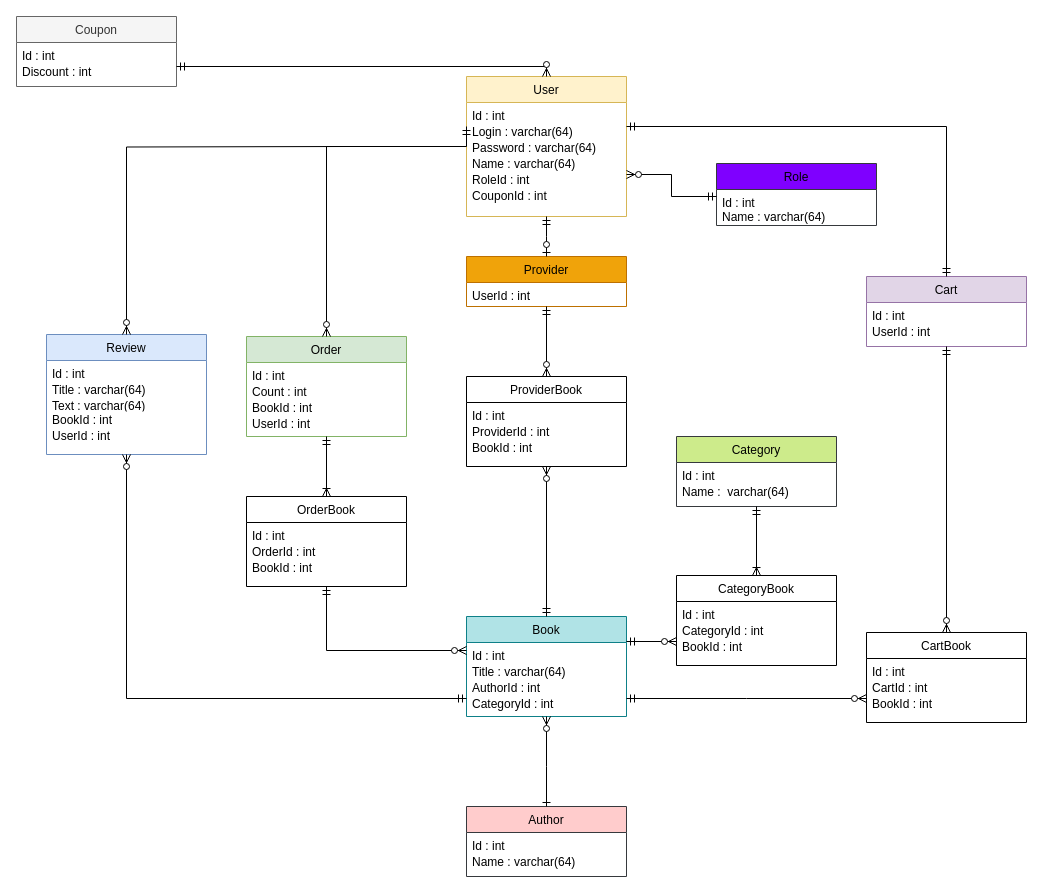
Above: doc/bdDiagram_subtables.drawio in Pavelabramovich/sem_5_databases (draw.io), before the change. Source tidied: cells renumbered, new cells numbered last; positions are measured from the earlier drawing's top-left corner, leaving out a move shared by most shapes. Both pictures are drawn from the tidied source at 100%, with x=0, y=0 at pixel (16, 16).
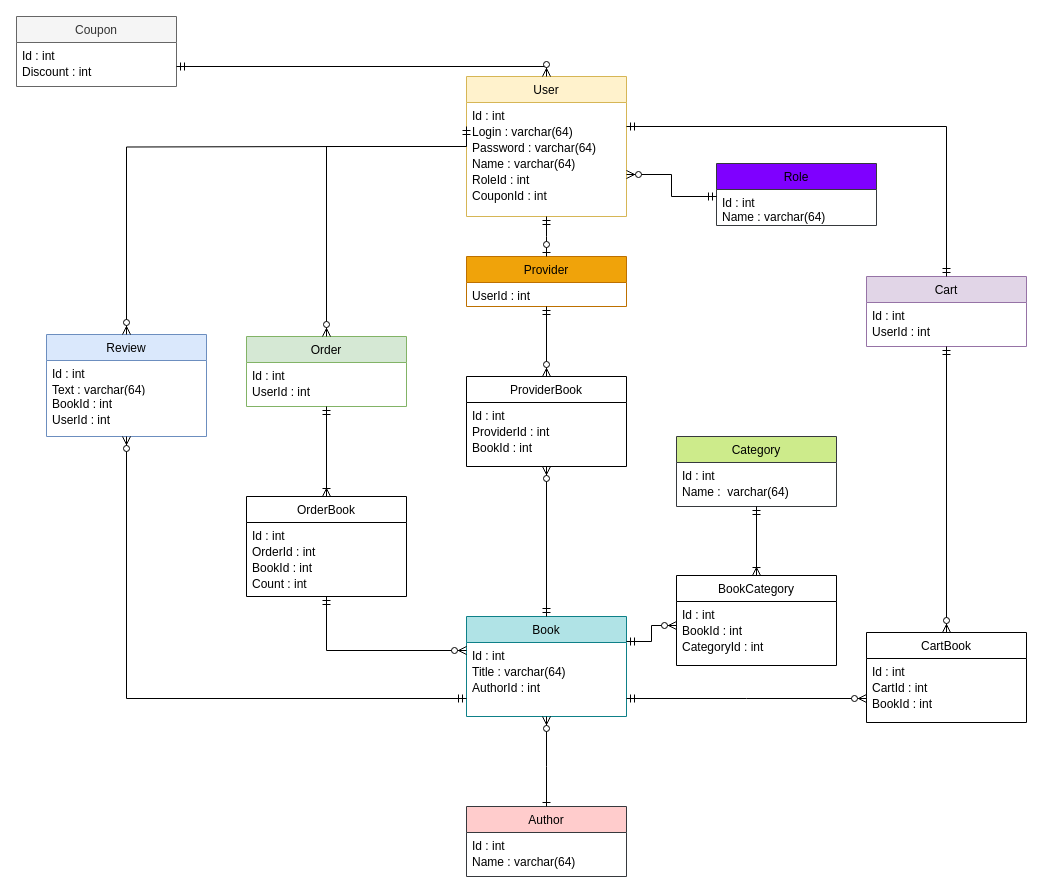
The same diagram, later.

The change refers to these unchanged cells:
```xml
<mxCell id="25" value="Book" style="swimlane;fontStyle=0;align=center;verticalAlign=top;horizontal=1;startSize=26;rounded=0;shadow=0;strokeWidth=1;fillColor=#b0e3e6;strokeColor=#0e8088;" parent="1" vertex="1">
  <mxGeometry x="450" y="600" width="160" height="100" as="geometry" />
</mxCell>
<mxCell id="66" value="BookId : int" style="text;align=left;verticalAlign=top;spacingLeft=4;spacingRight=4;overflow=hidden;points=[[0,0.5],[1,0.5]];portConstraint=eastwest;rounded=0;shadow=0;html=0;" parent="63" vertex="1">
  <mxGeometry y="58" width="160" height="16" as="geometry" />
</mxCell>
```

The edit, as a diff of the source:
```diff
@@
     <mxCell id="9" value="Review" style="swimlane;fontStyle=0;align=center;verticalAlign=top;horizontal=1;startSize=26;rounded=0;shadow=0;strokeWidth=1;fillColor=#dae8fc;strokeColor=#6c8ebf;" parent="1" vertex="1">
-      <mxGeometry x="30" y="318" width="160" height="120" as="geometry" />
+      <mxGeometry x="30" y="318" width="160" height="102" as="geometry" />
     </mxCell>
@@
-    <mxCell id="11" value="Title : varchar(64)" style="text;align=left;verticalAlign=top;spacingLeft=4;spacingRight=4;overflow=hidden;rounded=0;shadow=0;html=0;" parent="9" vertex="1">
-      <mxGeometry y="42" width="160" height="16" as="geometry" />
-    </mxCell>
     <mxCell id="12" value="Text : varchar(64)" style="text;align=left;verticalAlign=top;spacingLeft=4;spacingRight=4;overflow=hidden;rounded=0;shadow=0;html=0;" parent="9" vertex="1">
-      <mxGeometry y="58" width="160" height="14" as="geometry" />
+      <mxGeometry y="42" width="160" height="14" as="geometry" />
     </mxCell>
     <mxCell id="13" value="BookId : int" style="text;align=left;verticalAlign=top;spacingLeft=4;spacingRight=4;overflow=hidden;rounded=0;shadow=0;html=0;" parent="9" vertex="1">
-      <mxGeometry y="72" width="160" height="16" as="geometry" />
+      <mxGeometry y="56" width="160" height="16" as="geometry" />
     </mxCell>
     <mxCell id="14" value="UserId : int" style="text;align=left;verticalAlign=top;spacingLeft=4;spacingRight=4;overflow=hidden;rounded=0;shadow=0;html=0;" parent="9" vertex="1">
-      <mxGeometry y="88" width="160" height="20" as="geometry" />
+      <mxGeometry y="72" width="160" height="20" as="geometry" />
     </mxCell>
     <mxCell id="15" value="Order" style="swimlane;fontStyle=0;align=center;verticalAlign=top;horizontal=1;startSize=26;rounded=0;shadow=0;strokeWidth=1;fillColor=#d5e8d4;strokeColor=#82b366;" parent="1" vertex="1">
-      <mxGeometry x="230" y="320" width="160" height="100" as="geometry" />
+      <mxGeometry x="230" y="320" width="160" height="70" as="geometry" />
     </mxCell>
@@
-    <mxCell id="17" value="Count : int" style="text;align=left;verticalAlign=top;spacingLeft=4;spacingRight=4;overflow=hidden;rounded=0;shadow=0;html=0;" parent="15" vertex="1">
-      <mxGeometry y="42" width="160" height="16" as="geometry" />
-    </mxCell>
-    <mxCell id="18" value="BookId : int" style="text;align=left;verticalAlign=top;spacingLeft=4;spacingRight=4;overflow=hidden;rounded=0;shadow=0;html=0;" parent="15" vertex="1">
-      <mxGeometry y="58" width="160" height="16" as="geometry" />
-    </mxCell>
     <mxCell id="19" value="UserId : int" style="text;align=left;verticalAlign=top;spacingLeft=4;spacingRight=4;overflow=hidden;rounded=0;shadow=0;html=0;" parent="15" vertex="1">
-      <mxGeometry y="74" width="160" height="20" as="geometry" />
+      <mxGeometry y="42" width="160" height="20" as="geometry" />
     </mxCell>
@@
-    <mxCell id="29" value="CategoryId : int" style="text;align=left;verticalAlign=top;spacingLeft=4;spacingRight=4;overflow=hidden;points=[[0,0.5],[1,0.5]];portConstraint=eastwest;rounded=0;shadow=0;html=0;" parent="25" vertex="1">
-      <mxGeometry y="74" width="160" height="16" as="geometry" />
-    </mxCell>
@@
-    <mxCell id="38" style="edgeStyle=orthogonalEdgeStyle;fontSize=12;html=1;endArrow=ERzeroToMany;startArrow=ERmandOne;rounded=0;entryX=0.5;entryY=1;entryDx=0;entryDy=0;exitX=0;exitY=0.5;exitDx=0;exitDy=0;" parent="1" edge="1" source="29" target="9">
+    <mxCell id="38" style="edgeStyle=orthogonalEdgeStyle;fontSize=12;html=1;endArrow=ERzeroToMany;startArrow=ERmandOne;rounded=0;entryX=0.5;entryY=1;entryDx=0;entryDy=0;exitX=0;exitY=0.5;exitDx=0;exitDy=0;" parent="1" edge="1" target="9">
       <mxGeometry relative="1" as="geometry">
+        <mxPoint x="450" y="682" as="sourcePoint" />
         <Array as="points">
           <mxPoint x="110" y="682" />
         </Array>
       </mxGeometry>
     </mxCell>
@@
-    <mxCell id="57" value="CategoryBook" style="swimlane;fontStyle=0;align=center;verticalAlign=top;horizontal=1;startSize=26;rounded=0;shadow=0;strokeWidth=1;" parent="1" vertex="1">
+    <mxCell id="57" value="BookCategory" style="swimlane;fontStyle=0;align=center;verticalAlign=top;horizontal=1;startSize=26;rounded=0;shadow=0;strokeWidth=1;" parent="1" vertex="1">
       <mxGeometry x="660" y="559" width="160" height="90" as="geometry" />
     </mxCell>
@@
+    <mxCell id="60" value="BookId : int" style="text;align=left;verticalAlign=top;spacingLeft=4;spacingRight=4;overflow=hidden;points=[[0,0.5],[1,0.5]];portConstraint=eastwest;rounded=0;shadow=0;html=0;" parent="57" vertex="1">
+      <mxGeometry y="42" width="160" height="16" as="geometry" />
+    </mxCell>
     <mxCell id="59" value="CategoryId : int" style="text;align=left;verticalAlign=top;spacingLeft=4;spacingRight=4;overflow=hidden;rounded=0;shadow=0;html=0;" parent="57" vertex="1">
-      <mxGeometry y="42" width="160" height="16" as="geometry" />
+      <mxGeometry y="58" width="160" height="16" as="geometry" />
     </mxCell>
-    <mxCell id="60" value="BookId : int" style="text;align=left;verticalAlign=top;spacingLeft=4;spacingRight=4;overflow=hidden;points=[[0,0.5],[1,0.5]];portConstraint=eastwest;rounded=0;shadow=0;html=0;" parent="57" vertex="1">
-      <mxGeometry y="58" width="160" height="16" as="geometry" />
-    </mxCell>
@@
-    <mxCell id="68" style="fontSize=12;html=1;endArrow=ERzeroToMany;startArrow=ERmandOne;rounded=0;exitX=1;exitY=0.5;exitDx=0;exitDy=0;edgeStyle=elbowEdgeStyle;entryX=0;entryY=0.5;entryDx=0;entryDy=0;" parent="1" edge="1" source="29" target="66">
-      <mxGeometry relative="1" as="geometry" />
+    <mxCell id="68" style="fontSize=12;html=1;endArrow=ERzeroToMany;startArrow=ERmandOne;rounded=0;exitX=1;exitY=0.5;exitDx=0;exitDy=0;edgeStyle=elbowEdgeStyle;entryX=0;entryY=0.5;entryDx=0;entryDy=0;" parent="1" edge="1" target="66">
+      <mxGeometry relative="1" as="geometry">
+        <mxPoint x="610" y="682" as="sourcePoint" />
+      </mxGeometry>
     </mxCell>
     <mxCell id="69" value="OrderBook" style="swimlane;fontStyle=0;align=center;verticalAlign=top;horizontal=1;startSize=26;rounded=0;shadow=0;strokeWidth=1;" parent="1" vertex="1">
-      <mxGeometry x="230" y="480" width="160" height="90" as="geometry" />
+      <mxGeometry x="230" y="480" width="160" height="100" as="geometry" />
     </mxCell>
@@
+    <mxCell id="17" value="Count : int" style="text;align=left;verticalAlign=top;spacingLeft=4;spacingRight=4;overflow=hidden;rounded=0;shadow=0;html=0;" parent="69" vertex="1">
+      <mxGeometry y="74" width="160" height="16" as="geometry" />
+    </mxCell>
```
